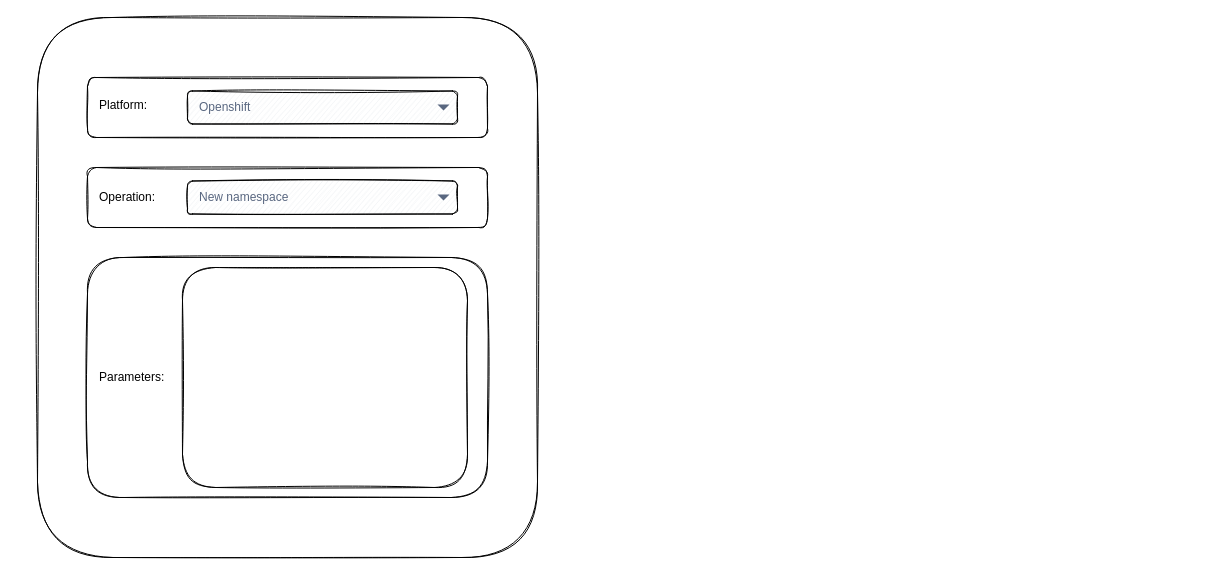
This is page "Otomasyon formu" (2 of 2) of iac-flow.drawio from haidouks/draw.io, a draw.io file, before an edit. Source tidied: cells renumbered, new cells numbered last; positions are measured from the earlier drawing's top-left corner, leaving out a move shared by most shapes. Both pictures are drawn from the tidied source at 100%, with x=0, y=0 at pixel (37, 17).
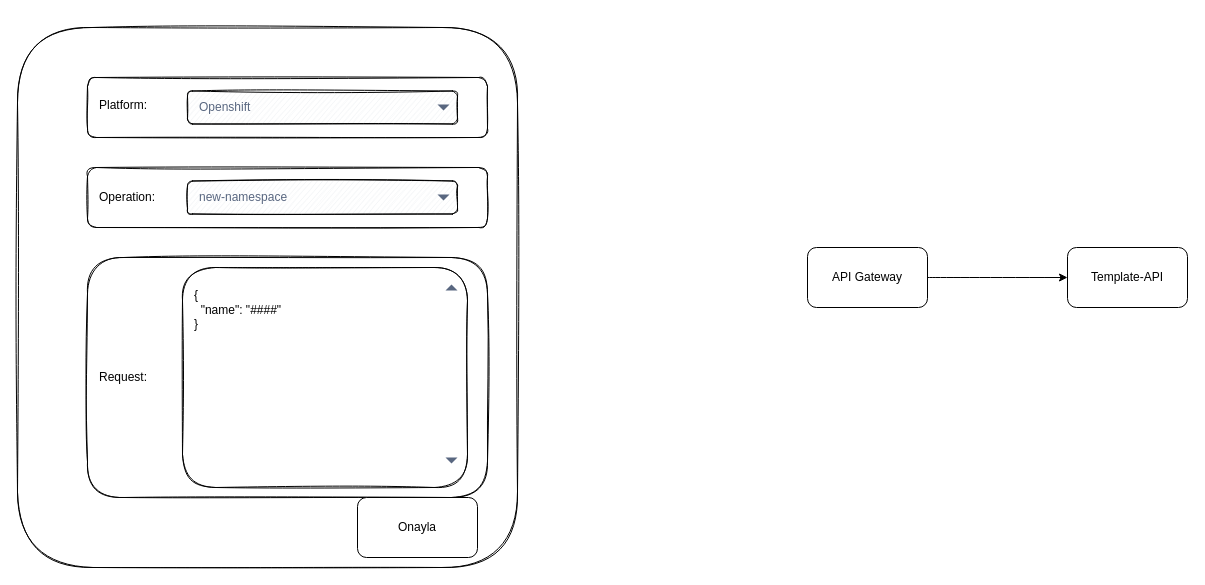
After the change.

Diff of the diagram source:
```diff
@@
 <mxGraphModel>
   <root>
     <mxCell id="0" />
     <mxCell id="1" parent="0" />
     <mxCell id="2" style="rounded=1;whiteSpace=wrap;html=1;sketch=1;" parent="1" vertex="1">
-      <mxGeometry width="500" height="540" as="geometry" />
+      <mxGeometry x="-20" y="10" width="500" height="540" as="geometry" />
     </mxCell>
     <mxCell id="3" value="&lt;br&gt;Platform:" style="rounded=1;whiteSpace=wrap;html=1;shadow=0;glass=0;sketch=1;strokeColor=#000000;gradientColor=none;verticalAlign=top;align=left;spacingLeft=10;labelBackgroundColor=#ffffff;" parent="1" vertex="1">
       <mxGeometry x="50" y="60" width="400" height="60" as="geometry" />
     </mxCell>
     <mxCell id="4" value="Openshift" style="rounded=1;fillColor=#F1F2F4;html=1;fontColor=#596780;align=left;fontSize=12;spacingLeft=10;sketch=1;labelBorderColor=none;" parent="1" vertex="1">
       <mxGeometry x="150" y="73.5" width="270" height="33" as="geometry" />
     </mxCell>
     <mxCell id="5" style="shape=triangle;direction=south;fillColor=#596780;strokeColor=none;html=1;" parent="4" vertex="1">
       <mxGeometry x="1" y="0.5" width="12" height="6" relative="1" as="geometry">
         <mxPoint x="-20" y="-3" as="offset" />
       </mxGeometry>
     </mxCell>
     <mxCell id="6" value="Operation:" style="rounded=1;whiteSpace=wrap;html=1;shadow=0;glass=0;sketch=1;strokeColor=#000000;gradientColor=none;verticalAlign=middle;align=left;spacingLeft=10;" parent="1" vertex="1">
       <mxGeometry x="50" y="150" width="400" height="60" as="geometry" />
     </mxCell>
-    <mxCell id="7" value="New namespace" style="rounded=1;fillColor=#F1F2F4;html=1;fontColor=#596780;align=left;fontSize=12;spacingLeft=10;sketch=1;labelBorderColor=none;" parent="1" vertex="1">
+    <mxCell id="7" value="new-namespace" style="rounded=1;fillColor=#F1F2F4;html=1;fontColor=#596780;align=left;fontSize=12;spacingLeft=10;sketch=1;labelBorderColor=none;" parent="1" vertex="1">
       <mxGeometry x="150" y="163.5" width="270" height="33" as="geometry" />
     </mxCell>
     <mxCell id="8" style="shape=triangle;direction=south;fillColor=#596780;strokeColor=none;html=1;" parent="7" vertex="1">
       <mxGeometry x="1" y="0.5" width="12" height="6" relative="1" as="geometry">
         <mxPoint x="-20" y="-3" as="offset" />
       </mxGeometry>
     </mxCell>
-    <mxCell id="9" value="Parameters:" style="rounded=1;whiteSpace=wrap;html=1;shadow=0;glass=0;sketch=1;strokeColor=#000000;gradientColor=none;verticalAlign=middle;align=left;spacingLeft=10;" parent="1" vertex="1">
+    <mxCell id="9" value="Request:" style="rounded=1;whiteSpace=wrap;html=1;shadow=0;glass=0;sketch=1;strokeColor=#000000;gradientColor=none;verticalAlign=middle;align=left;spacingLeft=10;" parent="1" vertex="1">
       <mxGeometry x="50" y="240" width="400" height="240" as="geometry" />
     </mxCell>
-    <mxCell id="10" value="&lt;br&gt;" style="rounded=1;whiteSpace=wrap;html=1;shadow=0;glass=0;sketch=1;strokeColor=#000000;gradientColor=none;verticalAlign=top;align=left;spacingLeft=10;labelBackgroundColor=#ffffff;" parent="1" vertex="1">
+    <mxCell id="10" value="&lt;div&gt;&lt;br&gt;&lt;/div&gt;&lt;div&gt;{&lt;/div&gt;&lt;div&gt;&amp;nbsp; &quot;name&quot;: &quot;####&quot;&lt;/div&gt;&lt;div&gt;}&lt;/div&gt;&lt;div&gt;&lt;br&gt;&lt;/div&gt;" style="rounded=1;whiteSpace=wrap;html=1;shadow=0;glass=0;sketch=1;strokeColor=#000000;gradientColor=none;verticalAlign=top;align=left;spacingLeft=10;labelBackgroundColor=#ffffff;" parent="1" vertex="1">
       <mxGeometry x="145" y="250" width="285" height="220" as="geometry" />
     </mxCell>
+    <mxCell id="11" style="shape=triangle;direction=south;fillColor=#596780;strokeColor=none;html=1;" parent="1" vertex="1">
+      <mxGeometry x="408" y="440" width="12" height="6" as="geometry" />
+    </mxCell>
+    <mxCell id="12" style="shape=triangle;direction=north;fillColor=#596780;strokeColor=none;html=1;" parent="1" vertex="1">
+      <mxGeometry x="408" y="267" width="12" height="6" as="geometry" />
+    </mxCell>
+    <mxCell id="13" style="edgeStyle=orthogonalEdgeStyle;jettySize=auto;html=1;curved=1;entryX=0;entryY=0.5;entryDx=0;entryDy=0;" parent="1" edge="1" source="14" target="15">
+      <mxGeometry relative="1" as="geometry" />
+    </mxCell>
+    <mxCell id="14" value="API Gateway" style="whiteSpace=wrap;html=1;rounded=1;" parent="1" vertex="1">
+      <mxGeometry x="770" y="230" width="120" height="60" as="geometry" />
+    </mxCell>
+    <mxCell id="15" value="Template-API" style="whiteSpace=wrap;html=1;rounded=1;" parent="1" vertex="1">
+      <mxGeometry x="1030" y="230" width="120" height="60" as="geometry" />
+    </mxCell>
+    <mxCell id="16" value="Onayla" style="rounded=1;whiteSpace=wrap;html=1;" parent="1" vertex="1">
+      <mxGeometry x="320" y="480" width="120" height="60" as="geometry" />
+    </mxCell>
   </root>
 </mxGraphModel>
```
